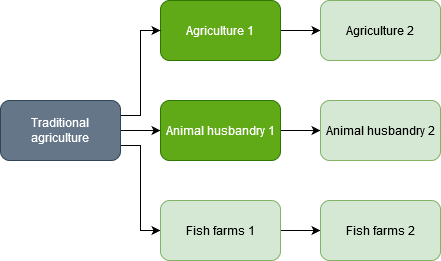
The draw.io diagram resources/agriculture.png in cit1zen/workers-and-resources-community-tech-tree, before a commit. Source tidied: cells renumbered, new cells last; positions are measured from the earlier drawing's top-left corner, leaving out a move shared by most shapes.
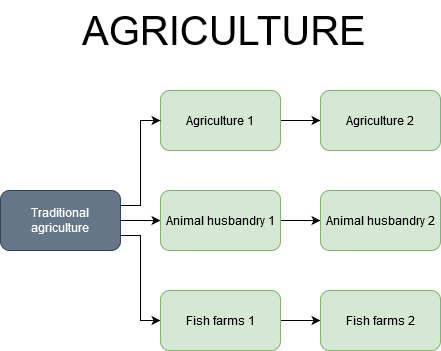
After the commit.

Change to the diagram source:
```diff
@@ -5,7 +5,7 @@
     <mxCell id="2" style="edgeStyle=orthogonalEdgeStyle;rounded=0;jettySize=auto;html=1;exitX=1;exitY=0.5;exitDx=0;exitDy=0;entryX=0;entryY=0.5;entryDx=0;entryDy=0;" parent="1" edge="1" source="3" target="10">
       <mxGeometry relative="1" as="geometry" />
     </mxCell>
-    <mxCell id="3" value="Agriculture 1" style="rounded=1;whiteSpace=wrap;html=1;fillColor=#60a917;strokeColor=#2D7600;fontColor=#ffffff;" parent="1" vertex="1">
+    <mxCell id="3" value="Agriculture 1" style="rounded=1;whiteSpace=wrap;html=1;fillColor=#d5e8d4;strokeColor=#82b366;" parent="1" vertex="1">
       <mxGeometry x="160" width="120" height="60" as="geometry" />
     </mxCell>
     <mxCell id="4" style="edgeStyle=orthogonalEdgeStyle;rounded=0;jettySize=auto;html=1;exitX=1;exitY=0.25;exitDx=0;exitDy=0;entryX=0;entryY=0.5;entryDx=0;entryDy=0;" parent="1" edge="1" source="7" target="3">
@@ -23,7 +23,7 @@
     <mxCell id="8" style="edgeStyle=orthogonalEdgeStyle;rounded=0;jettySize=auto;html=1;exitX=1;exitY=0.5;exitDx=0;exitDy=0;entryX=0;entryY=0.5;entryDx=0;entryDy=0;" parent="1" edge="1" source="9" target="13">
       <mxGeometry relative="1" as="geometry" />
     </mxCell>
-    <mxCell id="9" value="Animal husbandry 1" style="rounded=1;whiteSpace=wrap;html=1;fillColor=#60a917;strokeColor=#2D7600;fontColor=#ffffff;" parent="1" vertex="1">
+    <mxCell id="9" value="Animal husbandry 1" style="rounded=1;whiteSpace=wrap;html=1;fillColor=#d5e8d4;strokeColor=#82b366;" parent="1" vertex="1">
       <mxGeometry x="160" y="100" width="120" height="60" as="geometry" />
     </mxCell>
     <mxCell id="10" value="Agriculture 2" style="rounded=1;whiteSpace=wrap;html=1;fillColor=#d5e8d4;strokeColor=#82b366;" parent="1" vertex="1">
@@ -41,5 +41,8 @@
     <mxCell id="14" value="Fish farms 2" style="rounded=1;whiteSpace=wrap;html=1;fillColor=#d5e8d4;strokeColor=#82b366;" parent="1" vertex="1">
       <mxGeometry x="320" y="200" width="120" height="60" as="geometry" />
     </mxCell>
+    <mxCell id="15" value="&lt;font style=&quot;font-size: 40px&quot;&gt;AGRICULTURE&lt;/font&gt;" style="text;whiteSpace=wrap;html=1;" parent="1" vertex="1">
+      <mxGeometry x="80" y="-90" width="190" height="40" as="geometry" />
+    </mxCell>
   </root>
 </mxGraphModel>
```
